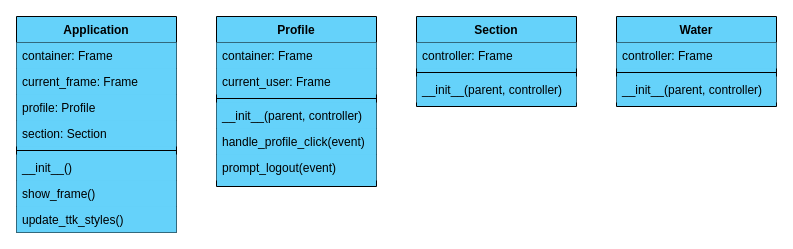
Before: Team HYDR-8 (Frontend UML Class Diagram).drawio.drawio in team-hydr8/class_diagrams, a draw.io diagram. Source tidied: cells renumbered, new cells numbered last; positions are measured from the earlier drawing's top-left corner, leaving out a move shared by most shapes. Both pictures are drawn from the tidied source at 100%, with x=0, y=0 at pixel (16, 16).
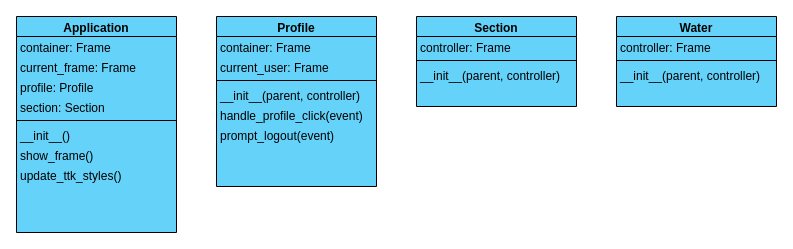
The same diagram, later.

Change to the diagram source:
```diff
@@
-    <mxCell id="2" value="Application" style="swimlane;fontStyle=1;align=center;verticalAlign=top;horizontal=1;startSize=26;rounded=0;shadow=0;strokeWidth=1;labelBackgroundColor=none;fillColor=#65D2FA;swimlaneLine=1;swimlaneFillColor=#65D2FA;" parent="1" vertex="1">
+    <mxCell id="2" value="Application" style="swimlane;fontStyle=1;align=center;verticalAlign=top;horizontal=1;startSize=20;rounded=0;shadow=0;strokeWidth=1;labelBackgroundColor=none;fillColor=#65D2FA;swimlaneLine=1;swimlaneFillColor=#65D2FA;spacing=0;" parent="1" vertex="1">
       <mxGeometry width="160" height="216" as="geometry" />
     </mxCell>
-    <mxCell id="3" value="container: Frame" style="text;align=left;verticalAlign=top;spacingLeft=4;spacingRight=4;overflow=hidden;rounded=0;shadow=0;html=0;fillColor=#65D2FA;" parent="2" vertex="1">
-      <mxGeometry y="26" width="160" height="26" as="geometry" />
+    <mxCell id="3" value="container: Frame" style="text;align=left;verticalAlign=top;spacingLeft=4;spacingRight=4;overflow=hidden;rounded=0;shadow=0;html=0;fillColor=none;spacing=0;" parent="2" vertex="1">
+      <mxGeometry y="20" width="160" height="20" as="geometry" />
     </mxCell>
-    <mxCell id="4" value="current_frame: Frame" style="text;align=left;verticalAlign=top;spacingLeft=4;spacingRight=4;overflow=hidden;rounded=0;shadow=0;html=0;fillColor=#65D2FA;" parent="2" vertex="1">
-      <mxGeometry y="52" width="160" height="26" as="geometry" />
+    <mxCell id="4" value="current_frame: Frame" style="text;align=left;verticalAlign=top;spacingLeft=4;spacingRight=4;overflow=hidden;rounded=0;shadow=0;html=0;fillColor=none;spacing=0;" parent="2" vertex="1">
+      <mxGeometry y="40" width="160" height="20" as="geometry" />
     </mxCell>
-    <mxCell id="5" value="profile: Profile" style="text;align=left;verticalAlign=top;spacingLeft=4;spacingRight=4;overflow=hidden;fillColor=#65D2FA;" parent="2" vertex="1">
-      <mxGeometry y="78" width="160" height="26" as="geometry" />
+    <mxCell id="5" value="profile: Profile" style="text;align=left;verticalAlign=top;spacingLeft=4;spacingRight=4;overflow=hidden;fillColor=none;spacing=0;" parent="2" vertex="1">
+      <mxGeometry y="60" width="160" height="20" as="geometry" />
     </mxCell>
-    <mxCell id="6" value="section: Section" style="text;align=left;verticalAlign=top;spacingLeft=4;spacingRight=4;overflow=hidden;rounded=0;shadow=0;html=0;fillColor=#65D2FA;" parent="2" vertex="1">
-      <mxGeometry y="104" width="160" height="26" as="geometry" />
+    <mxCell id="6" value="section: Section" style="text;align=left;verticalAlign=top;spacingLeft=4;spacingRight=4;overflow=hidden;rounded=0;shadow=0;html=0;fillColor=none;spacing=0;" parent="2" vertex="1">
+      <mxGeometry y="80" width="160" height="20" as="geometry" />
     </mxCell>
     <mxCell id="7" style="line;html=1;strokeWidth=1;align=left;verticalAlign=middle;spacingTop=-1;spacingLeft=3;spacingRight=3;labelPosition=right;fillColor=#65D2FA;strokeColor=default;perimeterSpacing=0;" parent="2" vertex="1">
-      <mxGeometry y="130" width="160" height="8" as="geometry" />
+      <mxGeometry y="100" width="160" height="8" as="geometry" />
     </mxCell>
-    <mxCell id="8" value="__init__()" style="text;align=left;verticalAlign=top;spacingLeft=4;spacingRight=4;overflow=hidden;fillColor=#65D2FA;" parent="2" vertex="1">
-      <mxGeometry y="138" width="160" height="26" as="geometry" />
+    <mxCell id="8" value="__init__()" style="text;align=left;verticalAlign=top;spacingLeft=4;spacingRight=4;overflow=hidden;fillColor=none;spacing=0;" parent="2" vertex="1">
+      <mxGeometry y="108" width="160" height="20" as="geometry" />
     </mxCell>
-    <mxCell id="9" value="show_frame()" style="text;align=left;verticalAlign=top;spacingLeft=4;spacingRight=4;overflow=hidden;fillColor=#65D2FA;" parent="2" vertex="1">
-      <mxGeometry y="164" width="160" height="26" as="geometry" />
+    <mxCell id="9" value="show_frame()" style="text;align=left;verticalAlign=top;spacingLeft=4;spacingRight=4;overflow=hidden;fillColor=none;spacing=0;" parent="2" vertex="1">
+      <mxGeometry y="128" width="160" height="20" as="geometry" />
     </mxCell>
-    <mxCell id="10" value="update_ttk_styles()" style="text;align=left;verticalAlign=top;spacingLeft=4;spacingRight=4;overflow=hidden;fillColor=#65D2FA;" parent="2" vertex="1">
-      <mxGeometry y="190" width="160" height="26" as="geometry" />
+    <mxCell id="10" value="update_ttk_styles()" style="text;align=left;verticalAlign=top;spacingLeft=4;spacingRight=4;overflow=hidden;fillColor=none;spacing=0;" parent="2" vertex="1">
+      <mxGeometry y="148" width="160" height="20" as="geometry" />
     </mxCell>
-    <mxCell id="11" value="Profile" style="swimlane;fontStyle=1;align=center;verticalAlign=top;horizontal=1;startSize=26;rounded=0;shadow=0;strokeWidth=1;fillColor=#65D2FA;swimlaneFillColor=#65D2FA;" parent="1" vertex="1">
+    <mxCell id="11" value="Profile" style="swimlane;fontStyle=1;align=center;verticalAlign=top;horizontal=1;startSize=20;rounded=0;shadow=0;strokeWidth=1;fillColor=#65D2FA;swimlaneFillColor=#65D2FA;spacing=0;" parent="1" vertex="1">
       <mxGeometry x="200" width="160" height="170" as="geometry" />
     </mxCell>
-    <mxCell id="12" value="container: Frame" style="text;align=left;verticalAlign=top;spacingLeft=4;spacingRight=4;overflow=hidden;rounded=0;shadow=0;html=0;fillColor=#65D2FA;" parent="11" vertex="1">
-      <mxGeometry y="26" width="160" height="26" as="geometry" />
+    <mxCell id="12" value="container: Frame" style="text;align=left;verticalAlign=top;spacingLeft=4;spacingRight=4;overflow=hidden;rounded=0;shadow=0;html=0;fillColor=none;spacing=0;" parent="11" vertex="1">
+      <mxGeometry y="20" width="160" height="20" as="geometry" />
     </mxCell>
-    <mxCell id="13" value="current_user: Frame" style="text;align=left;verticalAlign=top;spacingLeft=4;spacingRight=4;overflow=hidden;rounded=0;shadow=0;html=0;fillColor=#65D2FA;" parent="11" vertex="1">
-      <mxGeometry y="52" width="160" height="26" as="geometry" />
+    <mxCell id="13" value="current_user: Frame" style="text;align=left;verticalAlign=top;spacingLeft=4;spacingRight=4;overflow=hidden;rounded=0;shadow=0;html=0;fillColor=none;spacing=0;" parent="11" vertex="1">
+      <mxGeometry y="40" width="160" height="20" as="geometry" />
     </mxCell>
     <mxCell id="14" style="line;html=1;strokeWidth=1;align=left;verticalAlign=middle;spacingTop=-1;spacingLeft=3;spacingRight=3;labelPosition=right;fillColor=#65D2FA;" parent="11" vertex="1">
-      <mxGeometry y="78" width="160" height="8" as="geometry" />
+      <mxGeometry y="60" width="160" height="8" as="geometry" />
     </mxCell>
-    <mxCell id="15" value="__init__(parent, controller)" style="text;align=left;verticalAlign=top;spacingLeft=4;spacingRight=4;overflow=hidden;fillColor=#65D2FA;" parent="11" vertex="1">
-      <mxGeometry y="86" width="160" height="26" as="geometry" />
+    <mxCell id="15" value="__init__(parent, controller)" style="text;align=left;verticalAlign=top;spacingLeft=4;spacingRight=4;overflow=hidden;fillColor=none;spacing=0;" parent="11" vertex="1">
+      <mxGeometry y="68" width="160" height="20" as="geometry" />
     </mxCell>
-    <mxCell id="16" value="handle_profile_click(event)" style="text;align=left;verticalAlign=top;spacingLeft=4;spacingRight=4;overflow=hidden;fillColor=#65D2FA;" parent="11" vertex="1">
-      <mxGeometry y="112" width="160" height="26" as="geometry" />
+    <mxCell id="16" value="handle_profile_click(event)" style="text;align=left;verticalAlign=top;spacingLeft=4;spacingRight=4;overflow=hidden;fillColor=none;spacing=0;" parent="11" vertex="1">
+      <mxGeometry y="88" width="160" height="20" as="geometry" />
     </mxCell>
-    <mxCell id="17" value="prompt_logout(event)" style="text;align=left;verticalAlign=top;spacingLeft=4;spacingRight=4;overflow=hidden;fillColor=#65D2FA;" parent="11" vertex="1">
-      <mxGeometry y="138" width="160" height="26" as="geometry" />
+    <mxCell id="17" value="prompt_logout(event)" style="text;align=left;verticalAlign=top;spacingLeft=4;spacingRight=4;overflow=hidden;fillColor=none;spacing=0;" parent="11" vertex="1">
+      <mxGeometry y="108" width="160" height="20" as="geometry" />
     </mxCell>
-    <mxCell id="18" value="Section" style="swimlane;fontStyle=1;align=center;verticalAlign=top;horizontal=1;startSize=26;rounded=0;shadow=0;strokeWidth=1;fillColor=#65D2FA;swimlaneFillColor=#65D2FA;" parent="1" vertex="1">
+    <mxCell id="18" value="Section" style="swimlane;fontStyle=1;align=center;verticalAlign=top;horizontal=1;startSize=20;rounded=0;shadow=0;strokeWidth=1;fillColor=#65D2FA;swimlaneFillColor=#65D2FA;spacing=0;" parent="1" vertex="1">
       <mxGeometry x="400" width="160" height="90" as="geometry" />
     </mxCell>
-    <mxCell id="19" value="controller: Frame" style="text;align=left;verticalAlign=top;spacingLeft=4;spacingRight=4;overflow=hidden;rounded=0;shadow=0;html=0;fillColor=#65D2FA;" parent="18" vertex="1">
-      <mxGeometry y="26" width="160" height="26" as="geometry" />
+    <mxCell id="19" value="controller: Frame" style="text;align=left;verticalAlign=top;spacingLeft=4;spacingRight=4;overflow=hidden;rounded=0;shadow=0;html=0;fillColor=none;spacing=0;" parent="18" vertex="1">
+      <mxGeometry y="20" width="160" height="20" as="geometry" />
     </mxCell>
     <mxCell id="20" style="line;html=1;strokeWidth=1;align=left;verticalAlign=middle;spacingTop=-1;spacingLeft=3;spacingRight=3;labelPosition=right;fillColor=#65D2FA;" parent="18" vertex="1">
-      <mxGeometry y="52" width="160" height="8" as="geometry" />
+      <mxGeometry y="40" width="160" height="8" as="geometry" />
     </mxCell>
-    <mxCell id="21" value="__init__(parent, controller)" style="text;align=left;verticalAlign=top;spacingLeft=4;spacingRight=4;overflow=hidden;fillColor=#65D2FA;" parent="18" vertex="1">
-      <mxGeometry y="60" width="160" height="26" as="geometry" />
+    <mxCell id="21" value="__init__(parent, controller)" style="text;align=left;verticalAlign=top;spacingLeft=4;spacingRight=4;overflow=hidden;fillColor=none;spacing=0;" parent="18" vertex="1">
+      <mxGeometry y="48" width="160" height="20" as="geometry" />
     </mxCell>
-    <mxCell id="22" value="Water" style="swimlane;fontStyle=1;align=center;verticalAlign=top;horizontal=1;startSize=26;rounded=0;shadow=0;strokeWidth=1;fillColor=#65D2FA;swimlaneFillColor=#65D2FA;" parent="1" vertex="1">
+    <mxCell id="22" value="Water" style="swimlane;fontStyle=1;align=center;verticalAlign=top;horizontal=1;startSize=20;rounded=0;shadow=0;strokeWidth=1;fillColor=#65D2FA;swimlaneFillColor=#65D2FA;spacing=0;" parent="1" vertex="1">
       <mxGeometry x="600" width="160" height="90" as="geometry" />
     </mxCell>
-    <mxCell id="23" value="controller: Frame" style="text;align=left;verticalAlign=top;spacingLeft=4;spacingRight=4;overflow=hidden;rounded=0;shadow=0;html=0;fillColor=#65D2FA;" parent="22" vertex="1">
-      <mxGeometry y="26" width="160" height="26" as="geometry" />
+    <mxCell id="23" value="controller: Frame" style="text;align=left;verticalAlign=top;spacingLeft=4;spacingRight=4;overflow=hidden;rounded=0;shadow=0;html=0;fillColor=none;spacing=0;" parent="22" vertex="1">
+      <mxGeometry y="20" width="160" height="20" as="geometry" />
     </mxCell>
     <mxCell id="24" style="line;html=1;strokeWidth=1;align=left;verticalAlign=middle;spacingTop=-1;spacingLeft=3;spacingRight=3;labelPosition=right;fillColor=#65D2FA;" parent="22" vertex="1">
-      <mxGeometry y="52" width="160" height="8" as="geometry" />
+      <mxGeometry y="40" width="160" height="8" as="geometry" />
     </mxCell>
-    <mxCell id="25" value="__init__(parent, controller)" style="text;align=left;verticalAlign=top;spacingLeft=4;spacingRight=4;overflow=hidden;fillColor=#65D2FA;" parent="22" vertex="1">
-      <mxGeometry y="60" width="160" height="26" as="geometry" />
+    <mxCell id="25" value="__init__(parent, controller)" style="text;align=left;verticalAlign=top;spacingLeft=4;spacingRight=4;overflow=hidden;fillColor=none;spacing=0;" parent="22" vertex="1">
+      <mxGeometry y="48" width="160" height="20" as="geometry" />
     </mxCell>
```
